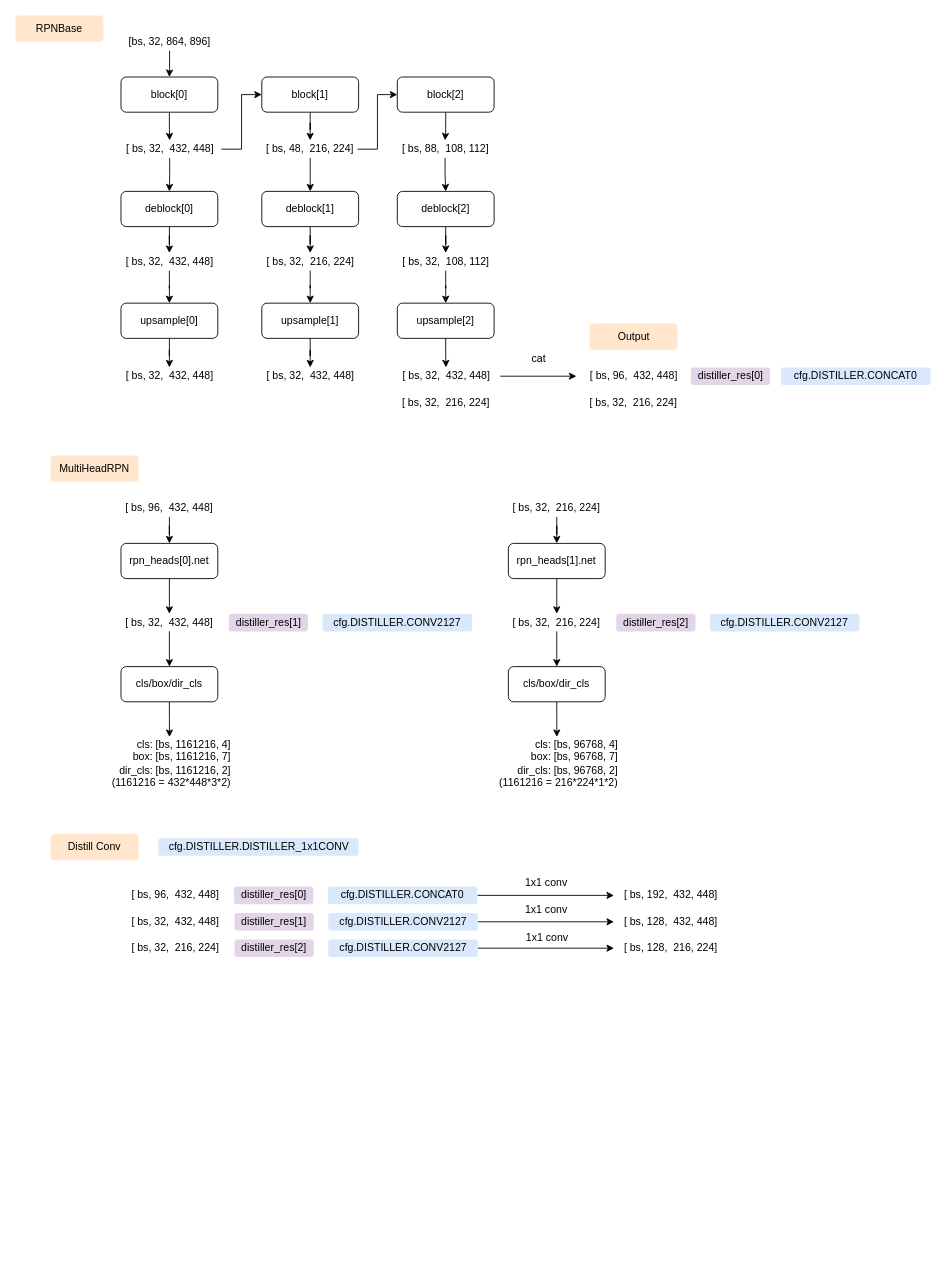
The draw.io diagram rpnbase_fpnv2.drawio in wennieWN/UML, before the edit. Source tidied: cells renumbered, new cells numbered last; positions are measured from the earlier drawing's top-left corner, leaving out a move shared by most shapes. Both pictures are drawn from the tidied source at 88%, with x=0, y=0 at pixel (15, 15).
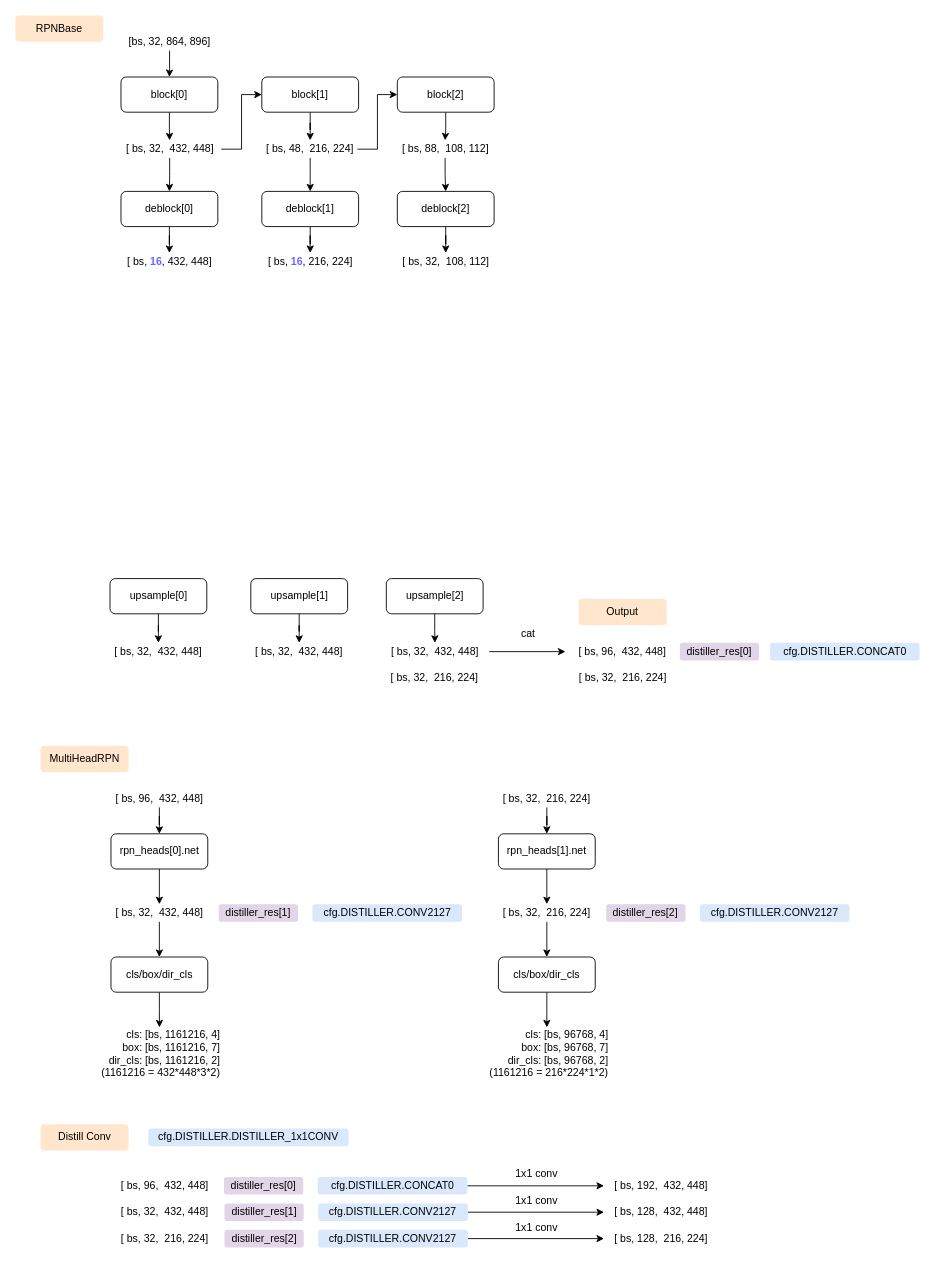
After the change.

The change refers to these unchanged cells:
```xml
<mxCell id="27" value="[ bs, 32,&amp;nbsp; 108, 112]" style="text;html=1;strokeColor=none;fillColor=none;align=center;verticalAlign=middle;whiteSpace=wrap;rounded=0;" parent="1" vertex="1">
  <mxGeometry x="396.5" y="270" width="185" height="20" as="geometry" />
</mxCell>
```

What changed in the source:
```diff
@@
-    <mxCell id="22" style="edgeStyle=orthogonalEdgeStyle;rounded=0;jettySize=auto;html=1;entryX=0.5;entryY=0;entryDx=0;entryDy=0;" parent="1" edge="1" source="23" target="29">
-      <mxGeometry relative="1" as="geometry" />
-    </mxCell>
-    <mxCell id="23" value="[ bs, 32,&amp;nbsp; 432, 448]" style="text;html=1;strokeColor=none;fillColor=none;align=center;verticalAlign=middle;whiteSpace=wrap;rounded=0;" parent="1" vertex="1">
+    <mxCell id="23" value="[ bs, &lt;font color=&quot;#6666ff&quot;&gt;&lt;b&gt;16&lt;/b&gt;&lt;/font&gt;, 432, 448]" style="text;html=1;strokeColor=none;fillColor=none;align=center;verticalAlign=middle;whiteSpace=wrap;rounded=0;" parent="1" vertex="1">
       <mxGeometry x="82.5" y="270" width="185" height="20" as="geometry" />
     </mxCell>
-    <mxCell id="24" style="edgeStyle=orthogonalEdgeStyle;rounded=0;jettySize=auto;html=1;entryX=0.5;entryY=0;entryDx=0;entryDy=0;" parent="1" edge="1" source="25" target="32">
-      <mxGeometry relative="1" as="geometry" />
-    </mxCell>
-    <mxCell id="25" value="[ bs, 32,&amp;nbsp; 216, 224]" style="text;html=1;strokeColor=none;fillColor=none;align=center;verticalAlign=middle;whiteSpace=wrap;rounded=0;" parent="1" vertex="1">
+    <mxCell id="25" value="[ bs,&amp;nbsp;&lt;font color=&quot;#6666ff&quot;&gt;&lt;b&gt;16&lt;/b&gt;&lt;/font&gt;,&amp;nbsp;216, 224]" style="text;html=1;strokeColor=none;fillColor=none;align=center;verticalAlign=middle;whiteSpace=wrap;rounded=0;" parent="1" vertex="1">
       <mxGeometry x="242.5" y="270" width="185" height="20" as="geometry" />
     </mxCell>
-    <mxCell id="26" style="edgeStyle=orthogonalEdgeStyle;rounded=0;jettySize=auto;html=1;entryX=0.5;entryY=0;entryDx=0;entryDy=0;" parent="1" edge="1" source="27" target="34">
-      <mxGeometry relative="1" as="geometry" />
-    </mxCell>
@@
     <mxCell id="29" value="upsample[0]" style="rounded=1;whiteSpace=wrap;html=1;" parent="1" vertex="1">
-      <mxGeometry x="120" y="327" width="110" height="40" as="geometry" />
+      <mxGeometry x="107.5" y="640" width="110" height="40" as="geometry" />
     </mxCell>
     <mxCell id="30" value="[ bs, 32,&amp;nbsp; 432, 448]" style="text;html=1;strokeColor=none;fillColor=none;align=center;verticalAlign=middle;whiteSpace=wrap;rounded=0;" parent="1" vertex="1">
-      <mxGeometry x="82.5" y="400" width="185" height="20" as="geometry" />
+      <mxGeometry x="70" y="713" width="185" height="20" as="geometry" />
     </mxCell>
@@
     <mxCell id="32" value="upsample[1]" style="rounded=1;whiteSpace=wrap;html=1;" parent="1" vertex="1">
-      <mxGeometry x="280" y="327" width="110" height="40" as="geometry" />
+      <mxGeometry x="267.5" y="640" width="110" height="40" as="geometry" />
     </mxCell>
@@
     <mxCell id="34" value="upsample[2]" style="rounded=1;whiteSpace=wrap;html=1;" parent="1" vertex="1">
-      <mxGeometry x="434" y="327" width="110" height="40" as="geometry" />
+      <mxGeometry x="421.5" y="640" width="110" height="40" as="geometry" />
     </mxCell>
     <mxCell id="35" value="[ bs, 32,&amp;nbsp; 432, 448]" style="text;html=1;strokeColor=none;fillColor=none;align=center;verticalAlign=middle;whiteSpace=wrap;rounded=0;" parent="1" vertex="1">
-      <mxGeometry x="242.5" y="400" width="185" height="20" as="geometry" />
+      <mxGeometry x="230" y="713" width="185" height="20" as="geometry" />
     </mxCell>
@@
     <mxCell id="37" value="[ bs, 32,&amp;nbsp; 432, 448]" style="text;html=1;strokeColor=none;fillColor=none;align=center;verticalAlign=middle;whiteSpace=wrap;rounded=0;" parent="1" vertex="1">
-      <mxGeometry x="427.5" y="400" width="123.5" height="20" as="geometry" />
+      <mxGeometry x="415" y="713" width="123.5" height="20" as="geometry" />
     </mxCell>
     <mxCell id="38" value="[ bs, 32,&amp;nbsp; 216, 224]" style="text;html=1;strokeColor=none;fillColor=none;align=center;verticalAlign=middle;whiteSpace=wrap;rounded=0;" parent="1" vertex="1">
-      <mxGeometry x="396.5" y="430" width="185" height="20" as="geometry" />
+      <mxGeometry x="384" y="743" width="185" height="20" as="geometry" />
     </mxCell>
     <mxCell id="39" value="[ bs, 96,&amp;nbsp; 432, 448]" style="text;html=1;strokeColor=none;fillColor=none;align=center;verticalAlign=middle;whiteSpace=wrap;rounded=0;" parent="1" vertex="1">
-      <mxGeometry x="637.5" y="400" width="130" height="20" as="geometry" />
+      <mxGeometry x="625" y="713" width="130" height="20" as="geometry" />
     </mxCell>
     <mxCell id="40" value="[ bs, 32,&amp;nbsp; 216, 224]" style="text;html=1;strokeColor=none;fillColor=none;align=center;verticalAlign=middle;whiteSpace=wrap;rounded=0;" parent="1" vertex="1">
-      <mxGeometry x="610" y="430" width="185" height="20" as="geometry" />
+      <mxGeometry x="597.5" y="743" width="185" height="20" as="geometry" />
     </mxCell>
     <mxCell id="41" value="cat" style="text;html=1;strokeColor=none;fillColor=none;align=center;verticalAlign=middle;whiteSpace=wrap;rounded=0;" parent="1" vertex="1">
-      <mxGeometry x="560" y="380" width="70" height="20" as="geometry" />
+      <mxGeometry x="547.5" y="693" width="70" height="20" as="geometry" />
     </mxCell>
@@
     <mxCell id="43" value="Output" style="rounded=1;whiteSpace=wrap;html=1;fillColor=#ffe6cc;strokeColor=none;" parent="1" vertex="1">
-      <mxGeometry x="652.5" y="350" width="100" height="30" as="geometry" />
+      <mxGeometry x="640" y="663" width="100" height="30" as="geometry" />
     </mxCell>
     <mxCell id="44" value="distiller_res[0]" style="rounded=1;whiteSpace=wrap;html=1;fillColor=#e1d5e7;strokeColor=none;" parent="1" vertex="1">
-      <mxGeometry x="767.5" y="400" width="90" height="20" as="geometry" />
+      <mxGeometry x="755" y="713" width="90" height="20" as="geometry" />
     </mxCell>
     <mxCell id="45" value="MultiHeadRPN" style="rounded=1;whiteSpace=wrap;html=1;fillColor=#ffe6cc;strokeColor=none;" parent="1" vertex="1">
-      <mxGeometry x="40" y="500" width="100" height="30" as="geometry" />
+      <mxGeometry x="28.6" y="830" width="100" height="30" as="geometry" />
     </mxCell>
     <mxCell id="46" value="cfg.DISTILLER.CONCAT0" style="rounded=1;whiteSpace=wrap;html=1;fillColor=#dae8fc;strokeColor=none;" parent="1" vertex="1">
-      <mxGeometry x="870" y="400" width="170" height="20" as="geometry" />
+      <mxGeometry x="857.5" y="713" width="170" height="20" as="geometry" />
     </mxCell>
@@
     <mxCell id="48" value="rpn_heads[0].net" style="rounded=1;whiteSpace=wrap;html=1;" parent="1" vertex="1">
-      <mxGeometry x="120" y="600" width="110" height="40" as="geometry" />
+      <mxGeometry x="108.6" y="930" width="110" height="40" as="geometry" />
     </mxCell>
@@
     <mxCell id="50" value="[ bs, 96,&amp;nbsp; 432, 448]" style="text;html=1;strokeColor=none;fillColor=none;align=center;verticalAlign=middle;whiteSpace=wrap;rounded=0;" parent="1" vertex="1">
-      <mxGeometry x="110" y="550" width="130" height="20" as="geometry" />
+      <mxGeometry x="98.6" y="880" width="130" height="20" as="geometry" />
     </mxCell>
@@
     <mxCell id="52" value="[ bs, 32,&amp;nbsp; 432, 448]" style="text;html=1;strokeColor=none;fillColor=none;align=center;verticalAlign=middle;whiteSpace=wrap;rounded=0;" parent="1" vertex="1">
-      <mxGeometry x="110" y="680" width="130" height="20" as="geometry" />
+      <mxGeometry x="98.6" y="1010" width="130" height="20" as="geometry" />
     </mxCell>
@@
     <mxCell id="54" value="cls/box/dir_cls" style="rounded=1;whiteSpace=wrap;html=1;" parent="1" vertex="1">
-      <mxGeometry x="120" y="740" width="110" height="40" as="geometry" />
+      <mxGeometry x="108.6" y="1070" width="110" height="40" as="geometry" />
     </mxCell>
     <mxCell id="55" value="cls: [bs, 1161216, 4]&lt;br&gt;box: [bs, 1161216, 7]&lt;br&gt;dir_cls: [bs, 1161216, 2]&lt;br&gt;(1161216 = 432*448*3*2)" style="text;html=1;strokeColor=none;fillColor=none;align=right;verticalAlign=middle;whiteSpace=wrap;rounded=0;" parent="1" vertex="1">
-      <mxGeometry x="103.8" y="820" width="142.5" height="60" as="geometry" />
+      <mxGeometry x="92.4" y="1150" width="142.5" height="60" as="geometry" />
     </mxCell>
     <mxCell id="56" value="distiller_res[1]" style="rounded=1;whiteSpace=wrap;html=1;fillColor=#e1d5e7;strokeColor=none;" parent="1" vertex="1">
-      <mxGeometry x="242.5" y="680" width="90" height="20" as="geometry" />
+      <mxGeometry x="231.1" y="1010" width="90" height="20" as="geometry" />
     </mxCell>
     <mxCell id="57" value="cfg.DISTILLER.CONV2127" style="rounded=1;whiteSpace=wrap;html=1;fillColor=#dae8fc;strokeColor=none;" parent="1" vertex="1">
-      <mxGeometry x="349" y="680" width="170" height="20" as="geometry" />
+      <mxGeometry x="337.6" y="1010" width="170" height="20" as="geometry" />
     </mxCell>
@@
     <mxCell id="59" value="rpn_heads[1].net" style="rounded=1;whiteSpace=wrap;html=1;" parent="1" vertex="1">
-      <mxGeometry x="560.2" y="600" width="110" height="40" as="geometry" />
+      <mxGeometry x="548.9" y="930" width="110" height="40" as="geometry" />
     </mxCell>
@@
     <mxCell id="61" value="[ bs, 32,&amp;nbsp; 216, 224]" style="text;html=1;strokeColor=none;fillColor=none;align=center;verticalAlign=middle;whiteSpace=wrap;rounded=0;" parent="1" vertex="1">
-      <mxGeometry x="550.2" y="550" width="130" height="20" as="geometry" />
+      <mxGeometry x="538.9" y="880" width="130" height="20" as="geometry" />
     </mxCell>
@@
     <mxCell id="63" value="[ bs, 32,&amp;nbsp; 216, 224]" style="text;html=1;strokeColor=none;fillColor=none;align=center;verticalAlign=middle;whiteSpace=wrap;rounded=0;" parent="1" vertex="1">
-      <mxGeometry x="550.2" y="680" width="130" height="20" as="geometry" />
+      <mxGeometry x="538.9" y="1010" width="130" height="20" as="geometry" />
     </mxCell>
@@
     <mxCell id="65" value="cls/box/dir_cls" style="rounded=1;whiteSpace=wrap;html=1;" parent="1" vertex="1">
-      <mxGeometry x="560.2" y="740" width="110" height="40" as="geometry" />
+      <mxGeometry x="548.9" y="1070" width="110" height="40" as="geometry" />
     </mxCell>
     <mxCell id="66" value="cls: [bs, 96768, 4]&lt;br&gt;box: [bs, 96768, 7]&lt;br&gt;dir_cls: [bs, 96768, 2]&lt;br&gt;(1161216 = 216*224*1*2)" style="text;html=1;strokeColor=none;fillColor=none;align=right;verticalAlign=middle;whiteSpace=wrap;rounded=0;" parent="1" vertex="1">
-      <mxGeometry x="544" y="820" width="142.5" height="60" as="geometry" />
+      <mxGeometry x="532.6" y="1150" width="142.5" height="60" as="geometry" />
     </mxCell>
     <mxCell id="67" value="distiller_res[2]" style="rounded=1;whiteSpace=wrap;html=1;fillColor=#e1d5e7;strokeColor=none;" parent="1" vertex="1">
-      <mxGeometry x="682.8" y="680" width="90" height="20" as="geometry" />
+      <mxGeometry x="671.4" y="1010" width="90" height="20" as="geometry" />
     </mxCell>
     <mxCell id="68" value="cfg.DISTILLER.CONV2127" style="rounded=1;whiteSpace=wrap;html=1;fillColor=#dae8fc;strokeColor=none;" parent="1" vertex="1">
-      <mxGeometry x="789.2" y="680" width="170" height="20" as="geometry" />
+      <mxGeometry x="777.9" y="1010" width="170" height="20" as="geometry" />
     </mxCell>
     <mxCell id="69" value="Distill Conv" style="rounded=1;whiteSpace=wrap;html=1;fillColor=#ffe6cc;strokeColor=none;" parent="1" vertex="1">
-      <mxGeometry x="40" y="930" width="100" height="30" as="geometry" />
+      <mxGeometry x="28.6" y="1260" width="100" height="30" as="geometry" />
     </mxCell>
     <mxCell id="70" value="[ bs, 96,&amp;nbsp; 432, 448]" style="text;html=1;strokeColor=none;fillColor=none;align=center;verticalAlign=middle;whiteSpace=wrap;rounded=0;" parent="1" vertex="1">
-      <mxGeometry x="116.5" y="990" width="130" height="20" as="geometry" />
+      <mxGeometry x="105.1" y="1320" width="130" height="20" as="geometry" />
     </mxCell>
     <mxCell id="71" value="distiller_res[0]" style="rounded=1;whiteSpace=wrap;html=1;fillColor=#e1d5e7;strokeColor=none;" parent="1" vertex="1">
-      <mxGeometry x="248.5" y="990" width="90" height="20" as="geometry" />
+      <mxGeometry x="237.1" y="1320" width="90" height="20" as="geometry" />
     </mxCell>
@@
     <mxCell id="73" value="cfg.DISTILLER.CONCAT0" style="rounded=1;whiteSpace=wrap;html=1;fillColor=#dae8fc;strokeColor=none;" parent="1" vertex="1">
-      <mxGeometry x="355" y="990" width="170" height="20" as="geometry" />
+      <mxGeometry x="343.6" y="1320" width="170" height="20" as="geometry" />
     </mxCell>
     <mxCell id="74" value="[ bs, 32,&amp;nbsp; 432, 448]" style="text;html=1;strokeColor=none;fillColor=none;align=center;verticalAlign=middle;whiteSpace=wrap;rounded=0;" parent="1" vertex="1">
-      <mxGeometry x="116.5" y="1020" width="130" height="20" as="geometry" />
+      <mxGeometry x="105.1" y="1350" width="130" height="20" as="geometry" />
     </mxCell>
     <mxCell id="75" value="distiller_res[1]" style="rounded=1;whiteSpace=wrap;html=1;fillColor=#e1d5e7;strokeColor=none;" parent="1" vertex="1">
-      <mxGeometry x="249" y="1020" width="90" height="20" as="geometry" />
+      <mxGeometry x="237.6" y="1350" width="90" height="20" as="geometry" />
     </mxCell>
@@
     <mxCell id="77" value="cfg.DISTILLER.CONV2127" style="rounded=1;whiteSpace=wrap;html=1;fillColor=#dae8fc;strokeColor=none;" parent="1" vertex="1">
-      <mxGeometry x="355.5" y="1020" width="170" height="20" as="geometry" />
+      <mxGeometry x="344.1" y="1350" width="170" height="20" as="geometry" />
     </mxCell>
     <mxCell id="78" value="[ bs, 32,&amp;nbsp; 216, 224]" style="text;html=1;strokeColor=none;fillColor=none;align=center;verticalAlign=middle;whiteSpace=wrap;rounded=0;" parent="1" vertex="1">
-      <mxGeometry x="116.5" y="1050" width="130" height="20" as="geometry" />
+      <mxGeometry x="105.1" y="1380" width="130" height="20" as="geometry" />
     </mxCell>
     <mxCell id="79" value="distiller_res[2]" style="rounded=1;whiteSpace=wrap;html=1;fillColor=#e1d5e7;strokeColor=none;" parent="1" vertex="1">
-      <mxGeometry x="249" y="1050" width="90" height="20" as="geometry" />
+      <mxGeometry x="237.6" y="1380" width="90" height="20" as="geometry" />
     </mxCell>
@@
     <mxCell id="81" value="cfg.DISTILLER.CONV2127" style="rounded=1;whiteSpace=wrap;html=1;fillColor=#dae8fc;strokeColor=none;" parent="1" vertex="1">
-      <mxGeometry x="355.5" y="1050" width="170" height="20" as="geometry" />
+      <mxGeometry x="344.1" y="1380" width="170" height="20" as="geometry" />
     </mxCell>
     <mxCell id="82" value="cfg.DISTILLER.DISTILLER_1x1CONV" style="rounded=1;whiteSpace=wrap;html=1;fillColor=#dae8fc;strokeColor=none;" parent="1" vertex="1">
-      <mxGeometry x="162.5" y="935" width="227.5" height="20" as="geometry" />
+      <mxGeometry x="151.1" y="1265" width="227.5" height="20" as="geometry" />
     </mxCell>
     <mxCell id="83" value="[ bs, 192,&amp;nbsp; 432, 448]" style="text;html=1;strokeColor=none;fillColor=none;align=center;verticalAlign=middle;whiteSpace=wrap;rounded=0;" parent="1" vertex="1">
-      <mxGeometry x="680.2" y="990" width="130" height="20" as="geometry" />
+      <mxGeometry x="668.9" y="1320" width="130" height="20" as="geometry" />
     </mxCell>
     <mxCell id="84" value="[ bs, 128,&amp;nbsp; 432, 448]" style="text;html=1;strokeColor=none;fillColor=none;align=center;verticalAlign=middle;whiteSpace=wrap;rounded=0;" parent="1" vertex="1">
-      <mxGeometry x="680.2" y="1020" width="130" height="20" as="geometry" />
+      <mxGeometry x="668.9" y="1350" width="130" height="20" as="geometry" />
     </mxCell>
     <mxCell id="85" value="[ bs, 128,&amp;nbsp; 216, 224]" style="text;html=1;strokeColor=none;fillColor=none;align=center;verticalAlign=middle;whiteSpace=wrap;rounded=0;" parent="1" vertex="1">
-      <mxGeometry x="680.2" y="1050" width="130" height="20" as="geometry" />
+      <mxGeometry x="668.9" y="1380" width="130" height="20" as="geometry" />
     </mxCell>
     <mxCell id="86" value="1x1 conv" style="text;html=1;align=center;verticalAlign=middle;" parent="1" vertex="1">
-      <mxGeometry x="573" y="976" width="60" height="20" as="geometry" />
+      <mxGeometry x="561.6" y="1306" width="60" height="20" as="geometry" />
     </mxCell>
     <mxCell id="87" value="1x1 conv" style="text;html=1;align=center;verticalAlign=middle;" parent="1" vertex="1">
-      <mxGeometry x="573" y="1007" width="60" height="20" as="geometry" />
+      <mxGeometry x="561.6" y="1337" width="60" height="20" as="geometry" />
     </mxCell>
     <mxCell id="88" value="1x1 conv" style="text;html=1;align=center;verticalAlign=middle;" parent="1" vertex="1">
-      <mxGeometry x="573.5" y="1038" width="60" height="20" as="geometry" />
+      <mxGeometry x="562.1" y="1368" width="60" height="20" as="geometry" />
     </mxCell>
```
